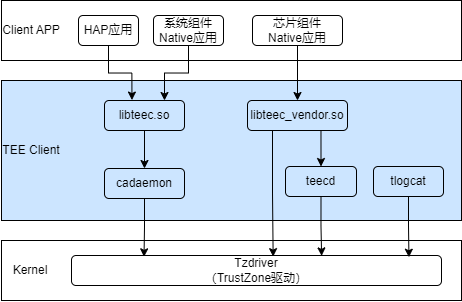
Before: figures/tee_client.drawio.png, a diagram exported from draw.io (openharmony/tee_tee_client). Source tidied: cells renumbered, new cells last; positions are measured from the earlier drawing's top-left corner, leaving out a move shared by most shapes.
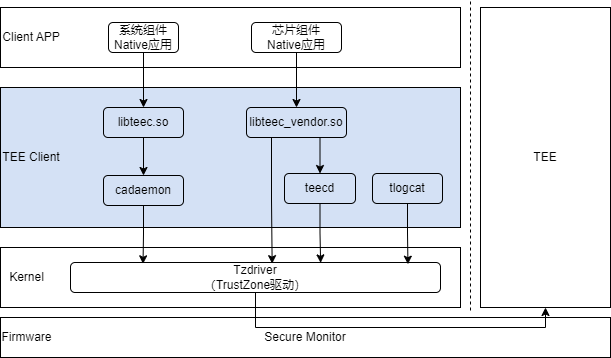
After the change.

What changed in the source:
```diff
@@ -2,45 +2,53 @@
   <root>
     <mxCell id="0" />
     <mxCell id="1" parent="0" />
+    <mxCell id="26" value="Secure Monitor" style="rounded=0;whiteSpace=wrap;html=1;" parent="1" vertex="1">
+      <mxGeometry x="1" y="310" width="610" height="40" as="geometry" />
+    </mxCell>
-    <mxCell id="2" style="rounded=0;whiteSpace=wrap;html=1;fillColor=#CCE5FF;gradientColor=none;" parent="1" vertex="1">
+    <mxCell id="2" style="rounded=0;whiteSpace=wrap;html=1;fillColor=#d4e1f5;gradientColor=none;" parent="1" vertex="1">
       <mxGeometry x="1" y="80" width="460" height="140" as="geometry" />
     </mxCell>
-    <mxCell id="3" style="edgeStyle=orthogonalEdgeStyle;rounded=0;jettySize=auto;html=1;exitX=0.5;exitY=1;exitDx=0;exitDy=0;" parent="1" edge="1" source="4" target="7">
+    <mxCell id="3" style="edgeStyle=orthogonalEdgeStyle;rounded=0;jettySize=auto;html=1;exitX=0.5;exitY=1;exitDx=0;exitDy=0;fillColor=#FFFFFF;" parent="1" edge="1" source="4" target="7">
       <mxGeometry relative="1" as="geometry" />
     </mxCell>
-    <mxCell id="4" value="libteec.so" style="rounded=1;whiteSpace=wrap;html=1;fillColor=#CCE5FF;gradientColor=none;" parent="1" vertex="1">
+    <mxCell id="4" value="libteec.so" style="rounded=1;whiteSpace=wrap;html=1;fillColor=none;gradientColor=none;" parent="1" vertex="1">
       <mxGeometry x="104" y="100" width="80" height="30" as="geometry" />
     </mxCell>
-    <mxCell id="5" style="edgeStyle=orthogonalEdgeStyle;rounded=0;jettySize=auto;html=1;exitX=0.75;exitY=1;exitDx=0;exitDy=0;entryX=0.5;entryY=0;entryDx=0;entryDy=0;" parent="1" edge="1" source="6" target="8">
+    <mxCell id="5" style="edgeStyle=orthogonalEdgeStyle;rounded=0;jettySize=auto;html=1;exitX=0.75;exitY=1;exitDx=0;exitDy=0;entryX=0.5;entryY=0;entryDx=0;entryDy=0;fillColor=#FFFFFF;" parent="1" edge="1" source="6" target="8">
       <mxGeometry relative="1" as="geometry" />
     </mxCell>
-    <mxCell id="6" value="libteec_vendor.so" style="rounded=1;whiteSpace=wrap;html=1;fillColor=#CCE5FF;gradientColor=none;" parent="1" vertex="1">
+    <mxCell id="6" value="libteec_vendor.so" style="rounded=1;whiteSpace=wrap;html=1;fillColor=none;gradientColor=none;" parent="1" vertex="1">
       <mxGeometry x="247" y="100" width="100" height="30" as="geometry" />
     </mxCell>
-    <mxCell id="7" value="cadaemon" style="rounded=1;whiteSpace=wrap;html=1;fillColor=#CCE5FF;gradientColor=none;" parent="1" vertex="1">
+    <mxCell id="7" value="cadaemon" style="rounded=1;whiteSpace=wrap;html=1;fillColor=none;gradientColor=none;" parent="1" vertex="1">
       <mxGeometry x="104" y="168" width="80" height="30" as="geometry" />
     </mxCell>
-    <mxCell id="8" value="teecd" style="rounded=1;whiteSpace=wrap;html=1;fillColor=#CCE5FF;gradientColor=none;" parent="1" vertex="1">
+    <mxCell id="8" value="teecd" style="rounded=1;whiteSpace=wrap;html=1;fillColor=none;gradientColor=none;" parent="1" vertex="1">
       <mxGeometry x="285" y="166" width="71" height="30" as="geometry" />
     </mxCell>
-    <mxCell id="9" value="tlogcat" style="rounded=1;whiteSpace=wrap;html=1;fillColor=#CCE5FF;gradientColor=none;" parent="1" vertex="1">
+    <mxCell id="9" value="tlogcat" style="rounded=1;whiteSpace=wrap;html=1;fillColor=none;gradientColor=none;" parent="1" vertex="1">
       <mxGeometry x="373" y="166" width="70" height="30" as="geometry" />
     </mxCell>
     <mxCell id="10" style="rounded=0;whiteSpace=wrap;html=1;" parent="1" vertex="1">
       <mxGeometry x="1" y="240" width="460" height="60" as="geometry" />
     </mxCell>
+    <mxCell id="27" style="edgeStyle=orthogonalEdgeStyle;rounded=0;jettySize=auto;html=1;exitX=0.5;exitY=1;exitDx=0;exitDy=0;entryX=0.5;entryY=1;entryDx=0;entryDy=0;" parent="1" edge="1" source="11" target="28">
+      <mxGeometry relative="1" as="geometry">
+        <Array as="points">
+          <mxPoint x="256" y="320" />
+          <mxPoint x="546" y="320" />
+        </Array>
+      </mxGeometry>
+    </mxCell>
-    <mxCell id="11" value="Tzdriver&lt;br&gt;（TrustZone驱动）" style="rounded=1;whiteSpace=wrap;html=1;" parent="1" vertex="1">
+    <mxCell id="11" value="Tzdriver&lt;br&gt;（TrustZone驱动）" style="rounded=1;whiteSpace=wrap;html=1;fillColor=none;" parent="1" vertex="1">
       <mxGeometry x="71" y="255" width="370" height="30" as="geometry" />
     </mxCell>
     <mxCell id="12" style="rounded=0;whiteSpace=wrap;html=1;" parent="1" vertex="1">
       <mxGeometry x="1" width="460" height="60" as="geometry" />
     </mxCell>
     <mxCell id="13" value="Kernel" style="text;html=1;strokeColor=none;fillColor=none;align=center;verticalAlign=middle;whiteSpace=wrap;rounded=0;" parent="1" vertex="1">
-      <mxGeometry y="255" width="60" height="30" as="geometry" />
+      <mxGeometry x="3" y="255" width="49" height="30" as="geometry" />
     </mxCell>
-    <mxCell id="14" value="HAP应用" style="rounded=1;whiteSpace=wrap;html=1;fillColor=#FFFFFF;gradientColor=none;" parent="1" vertex="1">
-      <mxGeometry x="78" y="15" width="60" height="30" as="geometry" />
-    </mxCell>
     <mxCell id="15" style="edgeStyle=orthogonalEdgeStyle;rounded=0;jettySize=auto;html=1;exitX=0.5;exitY=1;exitDx=0;exitDy=0;" parent="1" edge="1" source="16" target="6">
       <mxGeometry relative="1" as="geometry" />
     </mxCell>
@@ -48,20 +56,19 @@
       <mxGeometry x="252" y="15" width="90" height="30" as="geometry" />
     </mxCell>
     <mxCell id="17" value="Client APP" style="text;html=1;strokeColor=none;fillColor=none;align=center;verticalAlign=middle;whiteSpace=wrap;rounded=0;" parent="1" vertex="1">
-      <mxGeometry x="1" y="15" width="60" height="30" as="geometry" />
+      <mxGeometry x="2" y="15" width="60" height="30" as="geometry" />
     </mxCell>
-    <mxCell id="18" style="edgeStyle=orthogonalEdgeStyle;rounded=0;jettySize=auto;html=1;exitX=0.5;exitY=1;exitDx=0;exitDy=0;entryX=0.75;entryY=0;entryDx=0;entryDy=0;" parent="1" edge="1" source="19" target="4">
-      <mxGeometry relative="1" as="geometry" />
+    <mxCell id="18" style="edgeStyle=orthogonalEdgeStyle;rounded=0;jettySize=auto;html=1;exitX=0.5;exitY=1;exitDx=0;exitDy=0;entryX=0.75;entryY=0;entryDx=0;entryDy=0;" parent="1" edge="1" source="19">
+      <mxGeometry relative="1" as="geometry">
+        <mxPoint x="144" y="100" as="targetPoint" />
+      </mxGeometry>
     </mxCell>
     <mxCell id="19" value="系统组件Native应用" style="rounded=1;whiteSpace=wrap;html=1;fillColor=#FFFFFF;gradientColor=none;" parent="1" vertex="1">
-      <mxGeometry x="153" y="15" width="70" height="30" as="geometry" />
+      <mxGeometry x="109" y="15" width="70" height="30" as="geometry" />
     </mxCell>
     <mxCell id="20" value="TEE Client" style="text;html=1;strokeColor=none;fillColor=none;align=center;verticalAlign=middle;whiteSpace=wrap;rounded=0;" parent="1" vertex="1">
-      <mxGeometry x="1" y="135" width="60" height="30" as="geometry" />
+      <mxGeometry x="2" y="135" width="60" height="30" as="geometry" />
     </mxCell>
-    <mxCell id="21" style="edgeStyle=orthogonalEdgeStyle;rounded=0;jettySize=auto;html=1;exitX=0.5;exitY=1;exitDx=0;exitDy=0;entryX=0.343;entryY=-0.014;entryDx=0;entryDy=0;entryPerimeter=0;" parent="1" edge="1" source="14" target="4">
-      <mxGeometry relative="1" as="geometry" />
-    </mxCell>
     <mxCell id="22" style="edgeStyle=orthogonalEdgeStyle;rounded=0;jettySize=auto;html=1;exitX=0.25;exitY=1;exitDx=0;exitDy=0;entryX=0.545;entryY=0.038;entryDx=0;entryDy=0;entryPerimeter=0;" parent="1" edge="1" source="6" target="11">
       <mxGeometry relative="1" as="geometry" />
     </mxCell>
@@ -74,5 +81,17 @@
     <mxCell id="25" style="edgeStyle=orthogonalEdgeStyle;rounded=0;jettySize=auto;html=1;exitX=0.5;exitY=1;exitDx=0;exitDy=0;entryX=0.676;entryY=0.013;entryDx=0;entryDy=0;entryPerimeter=0;" parent="1" edge="1" source="8" target="11">
       <mxGeometry relative="1" as="geometry" />
     </mxCell>
+    <mxCell id="28" value="TEE" style="rounded=0;whiteSpace=wrap;html=1;" parent="1" vertex="1">
+      <mxGeometry x="481" width="130" height="300" as="geometry" />
+    </mxCell>
+    <mxCell id="29" style="endArrow=none;dashed=1;html=1;rounded=0;" parent="1" edge="1">
+      <mxGeometry relative="1" as="geometry">
+        <mxPoint x="471" y="303" as="sourcePoint" />
+        <mxPoint x="471" y="-7" as="targetPoint" />
+      </mxGeometry>
+    </mxCell>
+    <mxCell id="30" value="Firmware" style="text;html=1;strokeColor=none;fillColor=none;align=center;verticalAlign=middle;whiteSpace=wrap;rounded=0;" parent="1" vertex="1">
+      <mxGeometry x="3" y="315" width="49" height="30" as="geometry" />
+    </mxCell>
   </root>
 </mxGraphModel>
```
